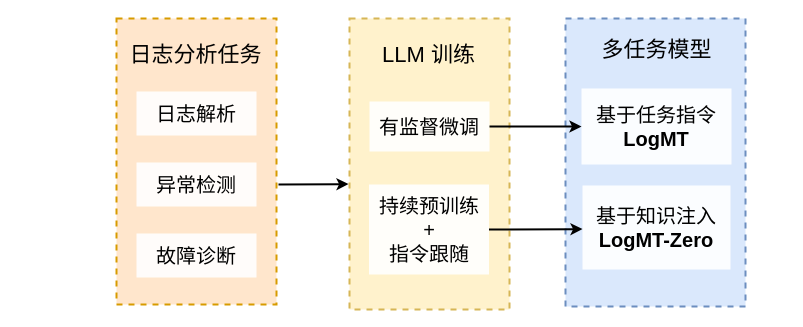
The draw.io diagram Figures/fig2.drawio in J-York/GraduationThesis, before the edit. Source tidied: cells renumbered, new cells numbered last; positions are measured from the earlier drawing's top-left corner, leaving out a move shared by most shapes. Both pictures are drawn from the tidied source at 100%, with x=0, y=0 at pixel (115, 18).
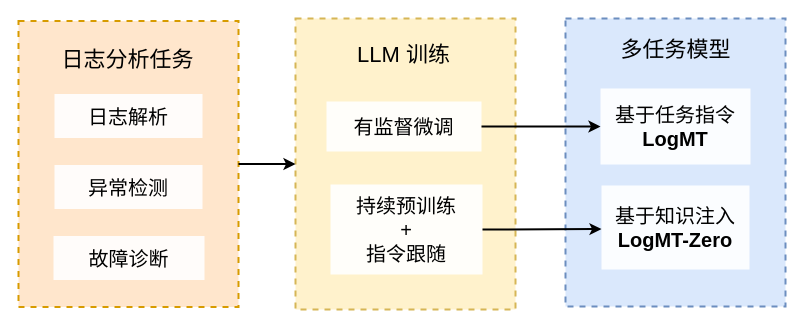
The same page after the edit.

Diff of the diagram source:
```diff
@@
 <mxGraphModel>
   <root>
     <mxCell id="0" />
     <mxCell id="1" parent="0" />
     <mxCell id="2" style="rounded=0;whiteSpace=wrap;html=1;strokeWidth=2;shadow=0;arcSize=8;fontFamily=Helvetica;labelBorderColor=none;textShadow=0;dashed=1;fillColor=#ffe6cc;strokeColor=#d79b00;" parent="1" vertex="1">
-      <mxGeometry x="1" width="160" height="286" as="geometry" />
+      <mxGeometry x="-97" y="2.5" width="220" height="286" as="geometry" />
     </mxCell>
     <mxCell id="3" value="&lt;font style=&quot;font-size: 22px;&quot;&gt;日志分析任务&lt;/font&gt;" style="text;html=1;align=center;verticalAlign=middle;whiteSpace=wrap;rounded=0;shadow=0;strokeWidth=2;fontFamily=Helvetica;labelBorderColor=none;textShadow=0;" parent="1" vertex="1">
-      <mxGeometry y="22" width="161" height="30" as="geometry" />
+      <mxGeometry x="-68.5" y="26.5" width="161" height="30" as="geometry" />
     </mxCell>
-    <mxCell id="4" value="&lt;font style=&quot;font-size: 20px;&quot;&gt;&lt;font style=&quot;&quot;&gt;日志解&lt;/font&gt;&lt;font style=&quot;&quot;&gt;析&lt;/font&gt;&lt;/font&gt;" style="rounded=0;whiteSpace=wrap;html=1;strokeWidth=1.5;shadow=0;fontFamily=Helvetica;labelBorderColor=none;textShadow=0;arcSize=14;strokeColor=none;opacity=90;" parent="1" vertex="1">
-      <mxGeometry x="21" y="73" width="120" height="44" as="geometry" />
+    <mxCell id="4" value="&lt;font style=&quot;font-size: 20px;&quot;&gt;&lt;font style=&quot;&quot;&gt;日志解&lt;/font&gt;&lt;font style=&quot;&quot;&gt;析&lt;/font&gt;&lt;/font&gt;" style="rounded=0;whiteSpace=wrap;html=1;strokeWidth=1.5;shadow=0;fontFamily=Helvetica;labelBorderColor=none;textShadow=0;arcSize=14;strokeColor=none;fillColor=#FFFFFF;opacity=90;" parent="1" vertex="1">
+      <mxGeometry x="-61" y="75.5" width="148" height="44" as="geometry" />
     </mxCell>
-    <mxCell id="5" value="&lt;font style=&quot;font-size: 20px;&quot;&gt;异常检测&lt;/font&gt;" style="rounded=0;whiteSpace=wrap;html=1;strokeWidth=1.5;shadow=0;fontFamily=Helvetica;labelBorderColor=none;textShadow=0;fillColor=default;fillStyle=auto;strokeColor=none;opacity=90;" parent="1" vertex="1">
-      <mxGeometry x="21" y="144" width="120" height="44" as="geometry" />
+    <mxCell id="5" value="&lt;font style=&quot;font-size: 20px;&quot;&gt;异常检测&lt;/font&gt;" style="rounded=0;whiteSpace=wrap;html=1;strokeWidth=1.5;shadow=0;fontFamily=Helvetica;labelBorderColor=none;textShadow=0;fillColor=#FFFFFF;fillStyle=auto;strokeColor=none;opacity=90;" parent="1" vertex="1">
+      <mxGeometry x="-61" y="146.5" width="148" height="44" as="geometry" />
     </mxCell>
-    <mxCell id="6" value="&lt;font style=&quot;font-size: 20px;&quot;&gt;故障诊断&lt;/font&gt;" style="rounded=0;whiteSpace=wrap;html=1;strokeWidth=1.5;shadow=0;fontFamily=Helvetica;labelBorderColor=none;textShadow=0;opacity=90;strokeColor=none;" parent="1" vertex="1">
-      <mxGeometry x="21" y="215" width="120" height="44" as="geometry" />
+    <mxCell id="6" value="&lt;font style=&quot;font-size: 20px;&quot;&gt;故障诊断&lt;/font&gt;" style="rounded=0;whiteSpace=wrap;html=1;strokeWidth=1.5;shadow=0;fontFamily=Helvetica;labelBorderColor=none;textShadow=0;strokeColor=none;fillColor=#FFFFFF;opacity=90;" parent="1" vertex="1">
+      <mxGeometry x="-62" y="217.5" width="151" height="44" as="geometry" />
     </mxCell>
     <mxCell id="7" style="rounded=0;whiteSpace=wrap;html=1;strokeWidth=2;shadow=0;arcSize=8;fontFamily=Helvetica;labelBorderColor=none;textShadow=0;dashed=1;fillColor=#fff2cc;strokeColor=#d6b656;" parent="1" vertex="1">
-      <mxGeometry x="234" width="160" height="291" as="geometry" />
+      <mxGeometry x="180" width="220" height="291" as="geometry" />
     </mxCell>
     <mxCell id="8" value="&lt;font style=&quot;font-size: 22px;&quot;&gt;LLM 训练&lt;/font&gt;" style="text;html=1;align=center;verticalAlign=middle;whiteSpace=wrap;rounded=0;shadow=0;strokeWidth=2;fontFamily=Helvetica;labelBorderColor=none;textShadow=0;" parent="1" vertex="1">
-      <mxGeometry x="233" y="22" width="161" height="30" as="geometry" />
+      <mxGeometry x="208" y="22" width="161" height="30" as="geometry" />
     </mxCell>
     <mxCell id="9" style="rounded=0;whiteSpace=wrap;html=1;strokeWidth=2;shadow=0;arcSize=8;fontFamily=Helvetica;labelBorderColor=none;textShadow=0;glass=0;dashed=1;fillColor=#dae8fc;strokeColor=#6c8ebf;" parent="1" vertex="1">
-      <mxGeometry x="450" width="180" height="288" as="geometry" />
+      <mxGeometry x="450" width="220" height="288" as="geometry" />
     </mxCell>
     <mxCell id="10" value="&lt;font style=&quot;font-size: 22px;&quot;&gt;多任务模型&lt;/font&gt;" style="text;html=1;align=center;verticalAlign=middle;whiteSpace=wrap;rounded=0;shadow=0;strokeWidth=2;fontFamily=Helvetica;labelBorderColor=none;textShadow=0;" parent="1" vertex="1">
-      <mxGeometry x="460.5" y="17" width="161" height="30" as="geometry" />
+      <mxGeometry x="479.5" y="17" width="161" height="30" as="geometry" />
     </mxCell>
     <mxCell id="11" value="&lt;div&gt;&lt;span style=&quot;font-size: 20px;&quot;&gt;基于任务指令&lt;/span&gt;&lt;/div&gt;&lt;div&gt;&lt;b style=&quot;&quot;&gt;&lt;font style=&quot;font-size: 20px;&quot;&gt;LogMT&lt;/font&gt;&lt;/b&gt;&lt;/div&gt;" style="rounded=0;whiteSpace=wrap;html=1;strokeWidth=1.5;shadow=0;fontFamily=Helvetica;labelBorderColor=none;textShadow=0;arcSize=12;strokeColor=none;gradientColor=none;opacity=90;fillColor=default;" parent="1" vertex="1">
-      <mxGeometry x="466" y="70" width="150" height="76" as="geometry" />
+      <mxGeometry x="485" y="70" width="150" height="76" as="geometry" />
     </mxCell>
     <mxCell id="12" value="&lt;div&gt;&lt;font style=&quot;font-size: 20px;&quot;&gt;基于知识注入&lt;br&gt;&lt;/font&gt;&lt;div&gt;&lt;div&gt;&lt;b style=&quot;&quot;&gt;&lt;font style=&quot;font-size: 20px;&quot;&gt;LogMT-Zero&lt;/font&gt;&lt;/b&gt;&lt;/div&gt;&lt;/div&gt;&lt;/div&gt;" style="rounded=0;whiteSpace=wrap;html=1;strokeWidth=1.5;shadow=0;fontFamily=Helvetica;labelBorderColor=none;textShadow=0;arcSize=10;strokeColor=none;fillColor=default;opacity=90;glass=0;" parent="1" vertex="1">
-      <mxGeometry x="467" y="167" width="148" height="84" as="geometry" />
+      <mxGeometry x="486" y="167" width="148" height="84" as="geometry" />
     </mxCell>
-    <mxCell id="13" style="endArrow=classic;html=1;rounded=0;strokeWidth=2;fontFamily=Helvetica;labelBorderColor=none;textShadow=0;shadow=0;" parent="1" edge="1">
-      <mxGeometry relative="1" as="geometry">
-        <mxPoint x="163" y="166" as="sourcePoint" />
-        <mxPoint x="233" y="165.6" as="targetPoint" />
-      </mxGeometry>
+    <mxCell id="13" style="endArrow=classic;html=1;rounded=0;strokeWidth=2;fontFamily=Helvetica;labelBorderColor=none;textShadow=0;shadow=0;exitX=1;exitY=0.5;exitDx=0;exitDy=0;entryX=0;entryY=0.5;entryDx=0;entryDy=0;" parent="1" edge="1" source="2" target="7">
+      <mxGeometry relative="1" as="geometry" />
     </mxCell>
     <mxCell id="14" value="&lt;span style=&quot;font-size: 20px;&quot;&gt;有监督微调&lt;/span&gt;" style="rounded=0;whiteSpace=wrap;html=1;strokeWidth=1.5;shadow=0;fontFamily=Helvetica;labelBorderColor=none;textShadow=0;strokeColor=none;opacity=90;" parent="1" vertex="1">
-      <mxGeometry x="254" y="83" width="120" height="50" as="geometry" />
+      <mxGeometry x="211" y="83" width="155" height="50" as="geometry" />
     </mxCell>
     <mxCell id="15" value="&lt;span style=&quot;font-size: 20px;&quot;&gt;持续预训练&lt;br&gt;+&lt;/span&gt;&lt;div&gt;&lt;span style=&quot;font-size: 20px;&quot;&gt;指令跟随&lt;/span&gt;&lt;/div&gt;" style="rounded=0;whiteSpace=wrap;html=1;strokeWidth=1.5;shadow=0;fontFamily=Helvetica;labelBorderColor=none;textShadow=0;arcSize=8;fillColor=default;strokeColor=none;opacity=90;" parent="1" vertex="1">
-      <mxGeometry x="253.5" y="166" width="120" height="90" as="geometry" />
+      <mxGeometry x="215" y="166" width="152" height="90" as="geometry" />
     </mxCell>
     <mxCell id="16" style="endArrow=classic;html=1;rounded=0;strokeWidth=2;exitX=1;exitY=0.5;exitDx=0;exitDy=0;entryX=0;entryY=0.5;entryDx=0;entryDy=0;fontFamily=Helvetica;labelBorderColor=none;textShadow=0;shadow=0;" parent="1" edge="1" source="14" target="11">
       <mxGeometry relative="1" as="geometry" />
     </mxCell>
     <mxCell id="17" style="endArrow=classic;html=1;rounded=0;strokeWidth=2;exitX=1;exitY=0.5;exitDx=0;exitDy=0;fontFamily=Helvetica;labelBorderColor=none;textShadow=0;shadow=0;entryX=0;entryY=0.519;entryDx=0;entryDy=0;entryPerimeter=0;" parent="1" edge="1" source="15" target="12">
       <mxGeometry relative="1" as="geometry" />
     </mxCell>
   </root>
 </mxGraphModel>
```
